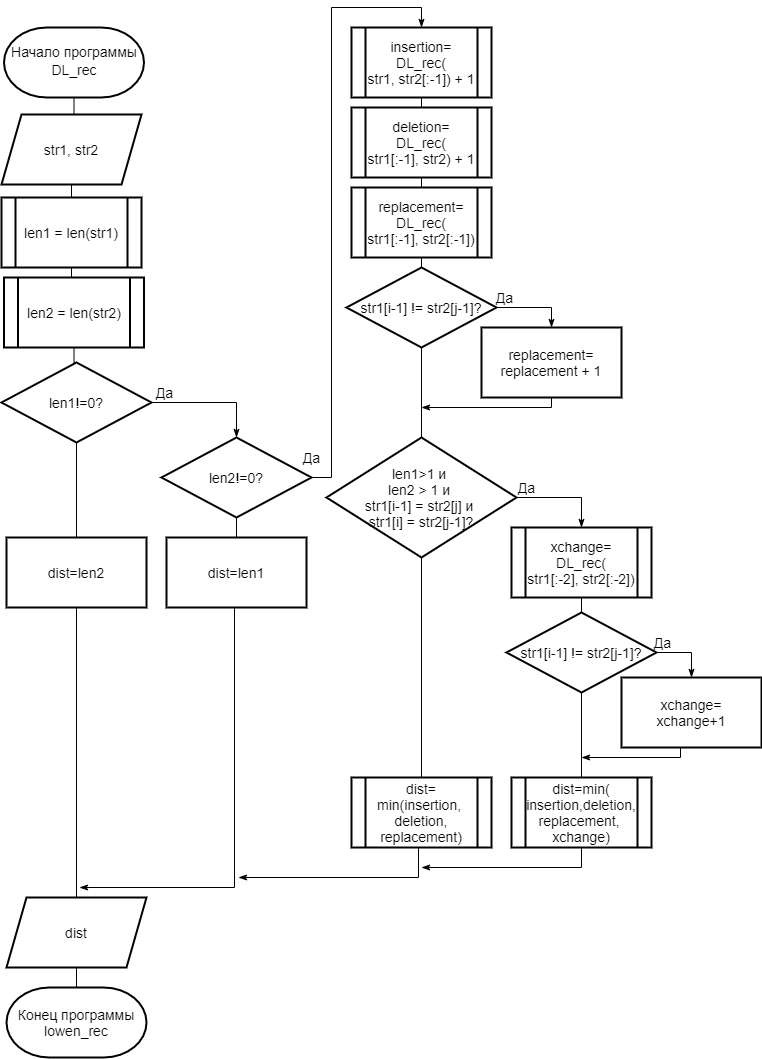
alena-zayts/BMSTU_5sem_analysis_of_algorithms keeps this draw.io diagram as lab1/report/inc/img/Dl_recursion.png. Above is the earlier version. Source tidied: cells renumbered, new cells last; positions are measured from the earlier drawing's top-left corner, leaving out a move shared by most shapes.
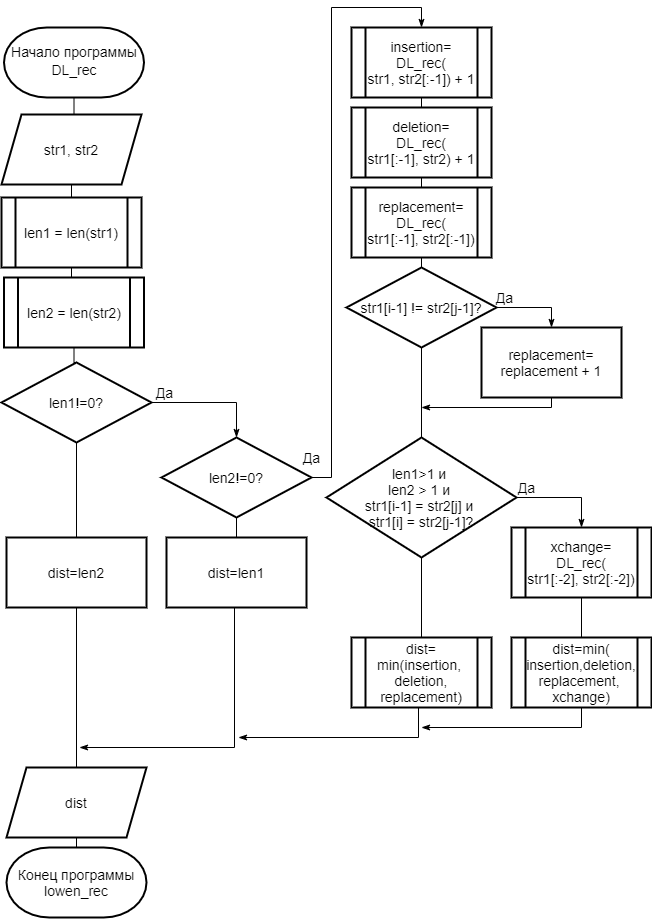
After the change.

Diff of the diagram source:
```diff
@@ -36,13 +36,13 @@
       <mxGeometry y="355" width="150" height="80" as="geometry" />
     </mxCell>
     <mxCell id="13" value="Конец программы lowen_rec" style="strokeWidth=2;html=1;shape=mxgraph.flowchart.terminator;whiteSpace=wrap;fontSize=14;" parent="1" vertex="1">
-      <mxGeometry x="5" y="980" width="140" height="70" as="geometry" />
+      <mxGeometry x="5" y="840" width="140" height="70" as="geometry" />
     </mxCell>
     <mxCell id="14" style="edgeStyle=orthogonalEdgeStyle;rounded=0;jettySize=auto;html=1;exitX=0.5;exitY=1;exitDx=0;exitDy=0;entryX=0.5;entryY=0;entryDx=0;entryDy=0;entryPerimeter=0;endArrow=none;endFill=0;" parent="1" edge="1" source="15" target="13">
       <mxGeometry relative="1" as="geometry" />
     </mxCell>
     <mxCell id="15" value="dist" style="shape=parallelogram;perimeter=parallelogramPerimeter;whiteSpace=wrap;html=1;fixedSize=1;strokeWidth=2;fontSize=14;" parent="1" vertex="1">
-      <mxGeometry x="5" y="890" width="140" height="70" as="geometry" />
+      <mxGeometry x="5" y="760" width="140" height="70" as="geometry" />
     </mxCell>
     <mxCell id="16" style="edgeStyle=orthogonalEdgeStyle;rounded=0;jettySize=auto;html=1;exitX=0.5;exitY=1;exitDx=0;exitDy=0;entryX=0.5;entryY=0;entryDx=0;entryDy=0;endArrow=none;endFill=0;" parent="1" edge="1" source="17" target="15">
       <mxGeometry relative="1" as="geometry" />
@@ -68,10 +68,10 @@
     <mxCell id="21" style="edgeStyle=orthogonalEdgeStyle;rounded=0;orthogonalLoop=1;jettySize=auto;html=1;exitX=0.5;exitY=1;exitDx=0;exitDy=0;endArrow=classicThin;endFill=1;" parent="1" edge="1">
       <mxGeometry relative="1" as="geometry">
         <mxPoint x="233" y="600" as="sourcePoint" />
-        <mxPoint x="78" y="880" as="targetPoint" />
+        <mxPoint x="78" y="740" as="targetPoint" />
         <Array as="points">
-          <mxPoint x="233" y="880" />
-          <mxPoint x="78" y="880" />
+          <mxPoint x="233" y="740" />
+          <mxPoint x="78" y="740" />
         </Array>
       </mxGeometry>
     </mxCell>
@@ -117,9 +117,6 @@
     <mxCell id="33" value="replacement=&lt;br&gt;replacement + 1" style="rounded=0;whiteSpace=wrap;html=1;strokeWidth=2;fontSize=14;" parent="1" vertex="1">
       <mxGeometry x="480" y="320" width="140" height="70" as="geometry" />
     </mxCell>
-    <mxCell id="34" style="edgeStyle=orthogonalEdgeStyle;rounded=0;jettySize=auto;html=1;exitX=0.5;exitY=1;exitDx=0;exitDy=0;entryX=0.5;entryY=0;entryDx=0;entryDy=0;endArrow=none;endFill=0;" parent="1" edge="1" source="35" target="43">
-      <mxGeometry relative="1" as="geometry" />
-    </mxCell>
     <mxCell id="35" value="xchange=&lt;br&gt;DL_rec(&lt;br&gt;str1[:-2], str2[:-2])" style="shape=process;whiteSpace=wrap;html=1;backgroundOutline=1;strokeWidth=2;fontSize=14;" parent="1" vertex="1">
       <mxGeometry x="510" y="520" width="140" height="70" as="geometry" />
     </mxCell>
@@ -134,47 +131,29 @@
     </mxCell>
     <mxCell id="39" style="edgeStyle=orthogonalEdgeStyle;rounded=0;orthogonalLoop=1;jettySize=auto;html=1;exitX=0.5;exitY=1;exitDx=0;exitDy=0;endArrow=classicThin;endFill=1;" parent="1" edge="1">
       <mxGeometry relative="1" as="geometry">
-        <mxPoint x="417" y="840" as="sourcePoint" />
-        <mxPoint x="237" y="870" as="targetPoint" />
+        <mxPoint x="417" y="700" as="sourcePoint" />
+        <mxPoint x="237" y="730" as="targetPoint" />
         <Array as="points">
-          <mxPoint x="417" y="870" />
+          <mxPoint x="417" y="730" />
         </Array>
       </mxGeometry>
     </mxCell>
     <mxCell id="40" value="dist=&lt;br&gt;min(insertion,&amp;nbsp; deletion, replacement)" style="shape=process;whiteSpace=wrap;html=1;backgroundOutline=1;strokeWidth=2;fontSize=14;" parent="1" vertex="1">
-      <mxGeometry x="350" y="770" width="140" height="70" as="geometry" />
+      <mxGeometry x="350" y="630" width="140" height="70" as="geometry" />
     </mxCell>
-    <mxCell id="41" value="Да" style="edgeStyle=orthogonalEdgeStyle;rounded=0;jettySize=auto;html=1;exitX=1;exitY=0.5;exitDx=0;exitDy=0;entryX=0.5;entryY=0;entryDx=0;entryDy=0;endArrow=classicThin;endFill=1;fontSize=14;" parent="1" edge="1" source="43" target="45">
-      <mxGeometry x="-0.79" y="10" relative="1" as="geometry" />
-    </mxCell>
-    <mxCell id="42" style="edgeStyle=orthogonalEdgeStyle;rounded=0;jettySize=auto;html=1;endArrow=none;endFill=0;" parent="1" edge="1" source="43" target="47">
+    <mxCell id="42" style="edgeStyle=orthogonalEdgeStyle;rounded=0;jettySize=auto;html=1;endArrow=none;endFill=0;exitX=0.5;exitY=1;exitDx=0;exitDy=0;" parent="1" edge="1" source="35" target="47">
       <mxGeometry relative="1" as="geometry" />
     </mxCell>
-    <mxCell id="43" value="&lt;span style=&quot;font-size: 14px&quot;&gt;str1[i-1] != str2[j-1]?&lt;/span&gt;" style="rhombus;whiteSpace=wrap;html=1;strokeWidth=2;fontSize=14;" parent="1" vertex="1">
-      <mxGeometry x="505" y="605" width="150" height="80" as="geometry" />
-    </mxCell>
-    <mxCell id="44" style="edgeStyle=orthogonalEdgeStyle;rounded=0;orthogonalLoop=1;jettySize=auto;html=1;endArrow=classicThin;endFill=1;exitX=0.5;exitY=1;exitDx=0;exitDy=0;" parent="1" edge="1">
-      <mxGeometry relative="1" as="geometry">
-        <mxPoint x="679" y="740" as="sourcePoint" />
-        <mxPoint x="580" y="750" as="targetPoint" />
-        <Array as="points">
-          <mxPoint x="679" y="750" />
-        </Array>
-      </mxGeometry>
-    </mxCell>
-    <mxCell id="45" value="xchange=&lt;br&gt;xchange+1" style="rounded=0;whiteSpace=wrap;html=1;strokeWidth=2;fontSize=14;" parent="1" vertex="1">
-      <mxGeometry x="620" y="670" width="140" height="70" as="geometry" />
-    </mxCell>
     <mxCell id="46" style="edgeStyle=orthogonalEdgeStyle;rounded=0;jettySize=auto;html=1;exitX=0.5;exitY=1;exitDx=0;exitDy=0;endArrow=classicThin;endFill=1;" parent="1" edge="1" source="47">
       <mxGeometry relative="1" as="geometry">
-        <mxPoint x="420" y="860" as="targetPoint" />
+        <mxPoint x="420" y="720" as="targetPoint" />
         <Array as="points">
-          <mxPoint x="580" y="860" />
+          <mxPoint x="580" y="720" />
         </Array>
       </mxGeometry>
     </mxCell>
     <mxCell id="47" value="dist=min(&lt;br&gt;insertion,deletion, replacement, &lt;br&gt;xchange)" style="shape=process;whiteSpace=wrap;html=1;backgroundOutline=1;strokeWidth=2;fontSize=14;" parent="1" vertex="1">
-      <mxGeometry x="510" y="770" width="140" height="70" as="geometry" />
+      <mxGeometry x="510" y="630" width="140" height="70" as="geometry" />
     </mxCell>
   </root>
 </mxGraphModel>
```
